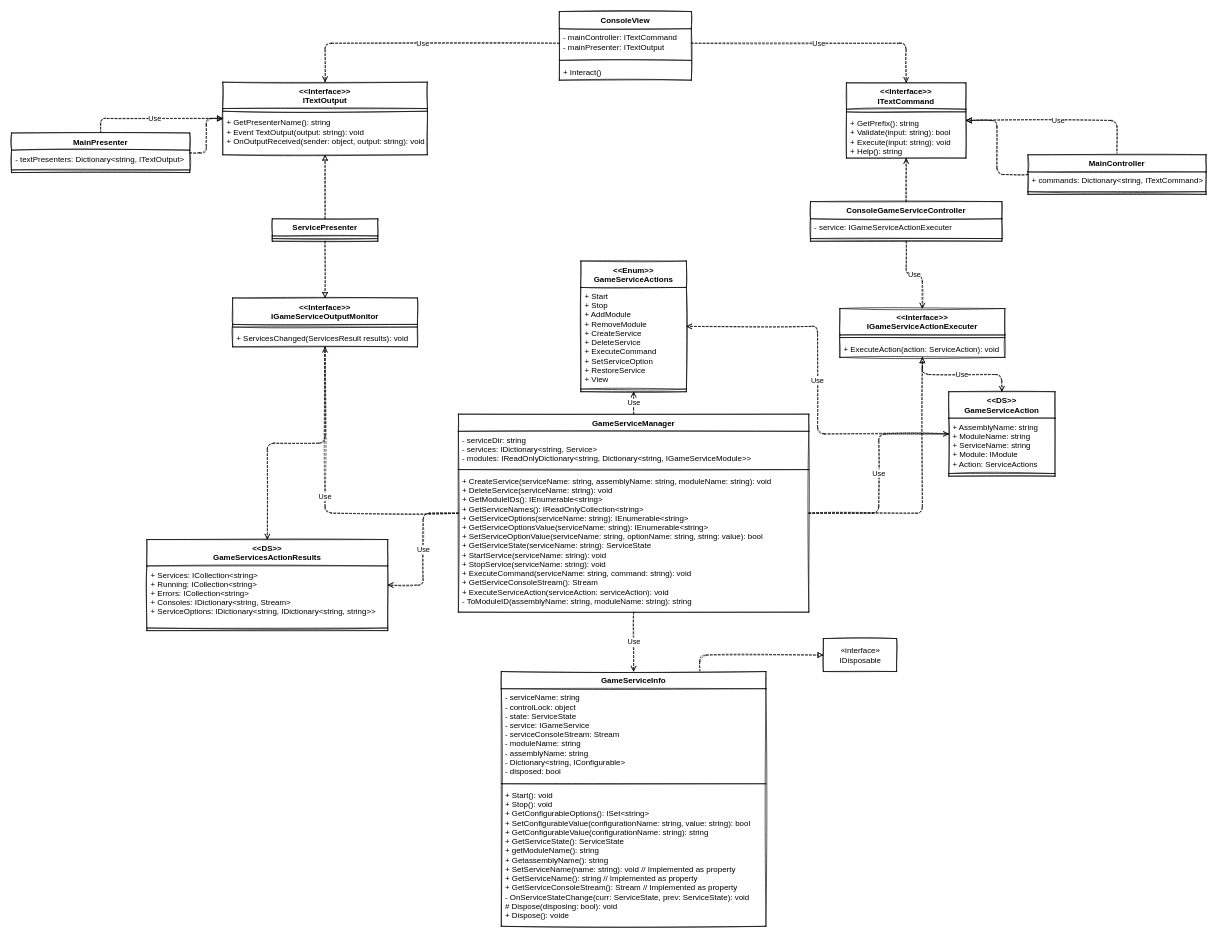
Before: page "Structure" (1 of 2) of src/GameServiceWarden.Core/UMLSketch.drawio in RealYHD/gameservicewarden, a draw.io diagram. Source tidied: cells renumbered, new cells numbered last; positions are measured from the earlier drawing's top-left corner, leaving out a move shared by most shapes. Both pictures are drawn from the tidied source at 66%, with x=0, y=0 at pixel (11, 11).
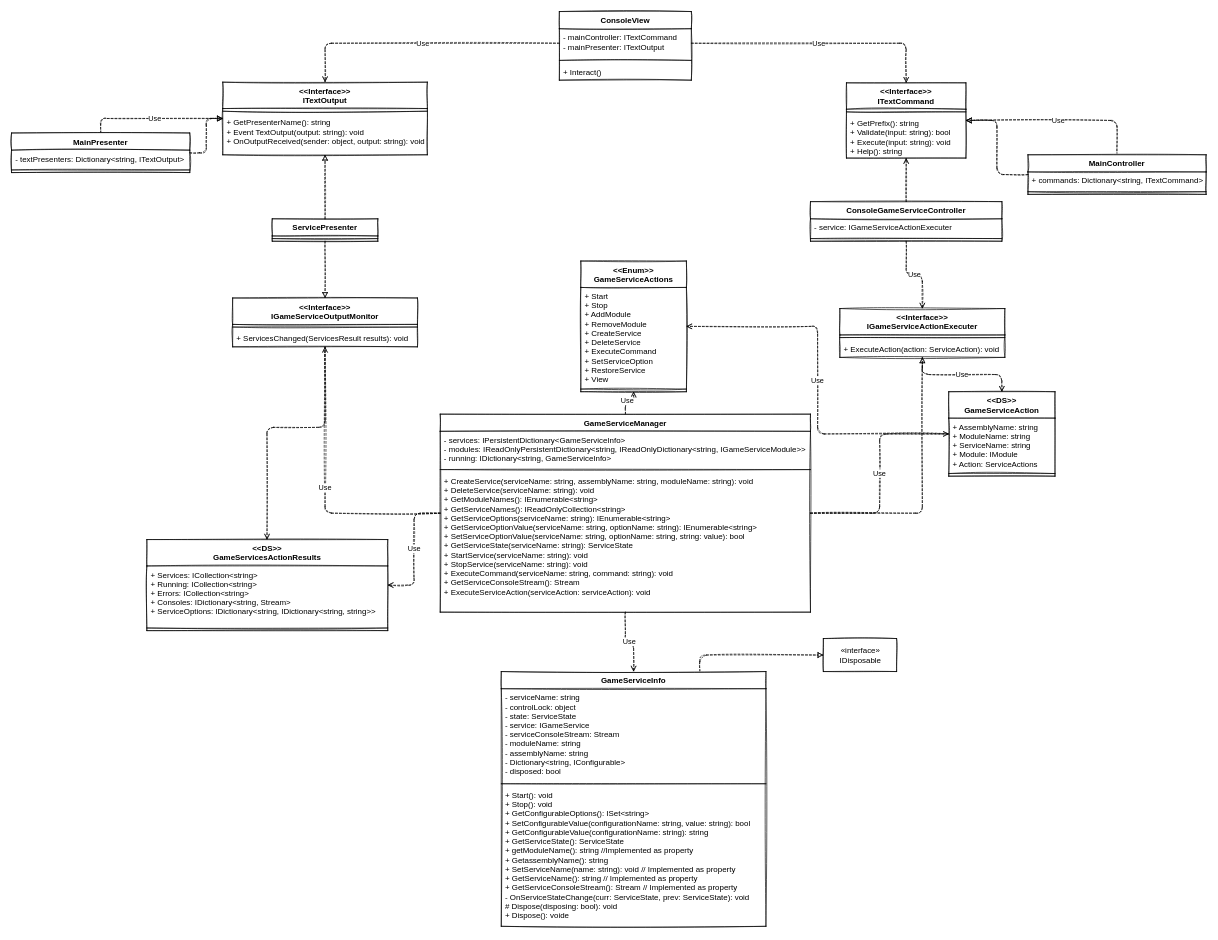
The same page after the edit.

Unchanged cells that the change refers to:
```xml
<mxCell id="3" value="GameServiceInfo" style="swimlane;fontStyle=1;align=center;verticalAlign=top;horizontal=1;startSize=26;sketch=1;" parent="1" vertex="1">
  <mxGeometry x="742" y="1000" width="401" height="386" as="geometry" />
</mxCell>
<mxCell id="58" value="&lt;&lt;Interface&gt;&gt;&#10;IGameServiceOutputMonitor" style="swimlane;fontStyle=1;align=center;verticalAlign=top;horizontal=1;startSize=40;sketch=1;" parent="1" vertex="1">
  <mxGeometry x="335" y="434" width="280" height="74" as="geometry" />
</mxCell>
<mxCell id="61" value="&lt;&lt;DS&gt;&gt;&#10;GameServicesActionResults" style="swimlane;fontStyle=1;align=center;verticalAlign=top;horizontal=1;startSize=40;sketch=1;" parent="1" vertex="1">
  <mxGeometry x="205" y="800" width="365" height="138" as="geometry" />
</mxCell>
```

The edit, as a diff of the source:
```diff
@@
-    <mxCell id="6" value="+ Start(): void&#10;+ Stop(): void&#10;+ GetConfigurableOptions(): ISet&lt;string&gt;&#10;+ SetConfigurableValue(configurationName: string, value: string): bool&#10;+ GetConfigurableValue(configurationName: string): string&#10;+ GetServiceState(): ServiceState&#10;+ getModuleName(): string&#10;+ GetassemblyName(): string&#10;+ SetServiceName(name: string): void // Implemented as property&#10;+ GetServiceName(): string // Implemented as property&#10;+ GetServiceConsoleStream(): Stream // Implemented as property&#10;- OnServiceStateChange(curr: ServiceState, prev: ServiceState): void&#10;# Dispose(disposing: bool): void&#10;+ Dispose(): voide" style="text;strokeColor=none;fillColor=none;align=left;verticalAlign=top;spacingLeft=4;spacingRight=4;overflow=hidden;sketch=1;" parent="3" vertex="1">
+    <mxCell id="6" value="+ Start(): void&#10;+ Stop(): void&#10;+ GetConfigurableOptions(): ISet&lt;string&gt;&#10;+ SetConfigurableValue(configurationName: string, value: string): bool&#10;+ GetConfigurableValue(configurationName: string): string&#10;+ GetServiceState(): ServiceState&#10;+ getModuleName(): string //Implemented as property&#10;+ GetassemblyName(): string&#10;+ SetServiceName(name: string): void // Implemented as property&#10;+ GetServiceName(): string // Implemented as property&#10;+ GetServiceConsoleStream(): Stream // Implemented as property&#10;- OnServiceStateChange(curr: ServiceState, prev: ServiceState): void&#10;# Dispose(disposing: bool): void&#10;+ Dispose(): voide" style="text;strokeColor=none;fillColor=none;align=left;verticalAlign=top;spacingLeft=4;spacingRight=4;overflow=hidden;sketch=1;" parent="3" vertex="1">
       <mxGeometry y="174" width="401" height="212" as="geometry" />
     </mxCell>
@@
     <mxCell id="14" value="GameServiceManager" style="swimlane;fontStyle=1;align=center;verticalAlign=top;horizontal=1;startSize=26;sketch=1;" parent="1" vertex="1">
-      <mxGeometry x="677" y="610" width="531" height="300" as="geometry" />
+      <mxGeometry x="649.5" y="610" width="561" height="300" as="geometry" />
     </mxCell>
-    <mxCell id="15" value="- serviceDir: string&#10;- services: IDictionary&lt;string, Service&gt;&#10;- modules: IReadOnlyDictionary&lt;string, Dictionary&lt;string, IGameServiceModule&gt;&gt;" style="text;strokeColor=none;fillColor=none;align=left;verticalAlign=top;spacingLeft=4;spacingRight=4;overflow=hidden;sketch=1;" parent="14" vertex="1">
-      <mxGeometry y="26" width="531" height="54" as="geometry" />
+    <mxCell id="15" value="- services: IPersistentDictionary&lt;GameServiceInfo&gt;&#10;- modules: IReadOnlyPersistentDictionary&lt;string, IReadOnlyDictionary&lt;string, IGameServiceModule&gt;&gt;&#10;- running: IDictionary&lt;string, GameServiceInfo&gt;" style="text;strokeColor=none;fillColor=none;align=left;verticalAlign=top;spacingLeft=4;spacingRight=4;overflow=hidden;sketch=1;" parent="14" vertex="1">
+      <mxGeometry y="26" width="561" height="54" as="geometry" />
     </mxCell>
     <mxCell id="16" style="line;strokeWidth=1;fillColor=none;align=left;verticalAlign=middle;spacingTop=-1;spacingLeft=3;spacingRight=3;labelPosition=right;sketch=1;" parent="14" vertex="1">
-      <mxGeometry y="80" width="531" height="8" as="geometry" />
+      <mxGeometry y="80" width="561" height="8" as="geometry" />
     </mxCell>
-    <mxCell id="17" value="+ CreateService(serviceName: string, assemblyName: string, moduleName: string): void&#10;+ DeleteService(serviceName: string): void&#10;+ GetModuleIDs(): IEnumerable&lt;string&gt;&#10;+ GetServiceNames(): IReadOnlyCollection&lt;string&gt;&#10;+ GetServiceOptions(serviceName: string): IEnumerable&lt;string&gt;&#10;+ GetServiceOptionsValue(serviceName: string): IEnumerable&lt;string&gt;&#10;+ SetServiceOptionValue(serviceName: string, optionName: string, string: value): bool&#10;+ GetServiceState(serviceName: string): ServiceState&#10;+ StartService(serviceName: string): void&#10;+ StopService(serviceName: string): void&#10;+ ExecuteCommand(serviceName: string, command: string): void&#10;+ GetServiceConsoleStream(): Stream&#10;+ ExecuteServiceAction(serviceAction: serviceAction): void&#10;- ToModuleID(assemblyName: string, moduleName: string): string" style="text;strokeColor=none;fillColor=none;align=left;verticalAlign=top;spacingLeft=4;spacingRight=4;overflow=hidden;sketch=1;" parent="14" vertex="1">
-      <mxGeometry y="88" width="531" height="212" as="geometry" />
+    <mxCell id="17" value="+ CreateService(serviceName: string, assemblyName: string, moduleName: string): void&#10;+ DeleteService(serviceName: string): void&#10;+ GetModuleNames(): IEnumerable&lt;string&gt;&#10;+ GetServiceNames(): IReadOnlyCollection&lt;string&gt;&#10;+ GetServiceOptions(serviceName: string): IEnumerable&lt;string&gt;&#10;+ GetServiceOptionValue(serviceName: string, optionName: string): IEnumerable&lt;string&gt;&#10;+ SetServiceOptionValue(serviceName: string, optionName: string, string: value): bool&#10;+ GetServiceState(serviceName: string): ServiceState&#10;+ StartService(serviceName: string): void&#10;+ StopService(serviceName: string): void&#10;+ ExecuteCommand(serviceName: string, command: string): void&#10;+ GetServiceConsoleStream(): Stream&#10;+ ExecuteServiceAction(serviceAction: serviceAction): void" style="text;strokeColor=none;fillColor=none;align=left;verticalAlign=top;spacingLeft=4;spacingRight=4;overflow=hidden;sketch=1;" parent="14" vertex="1">
+      <mxGeometry y="88" width="561" height="212" as="geometry" />
     </mxCell>
@@
     <mxCell id="57" style="edgeStyle=orthogonalEdgeStyle;jettySize=auto;html=1;dashed=1;endArrow=open;endFill=0;sketch=1;" parent="1" edge="1" source="58" target="61">
-      <mxGeometry relative="1" as="geometry" />
+      <mxGeometry relative="1" as="geometry">
+        <Array as="points">
+          <mxPoint x="475" y="630" />
+          <mxPoint x="387" y="630" />
+        </Array>
+      </mxGeometry>
     </mxCell>
```
